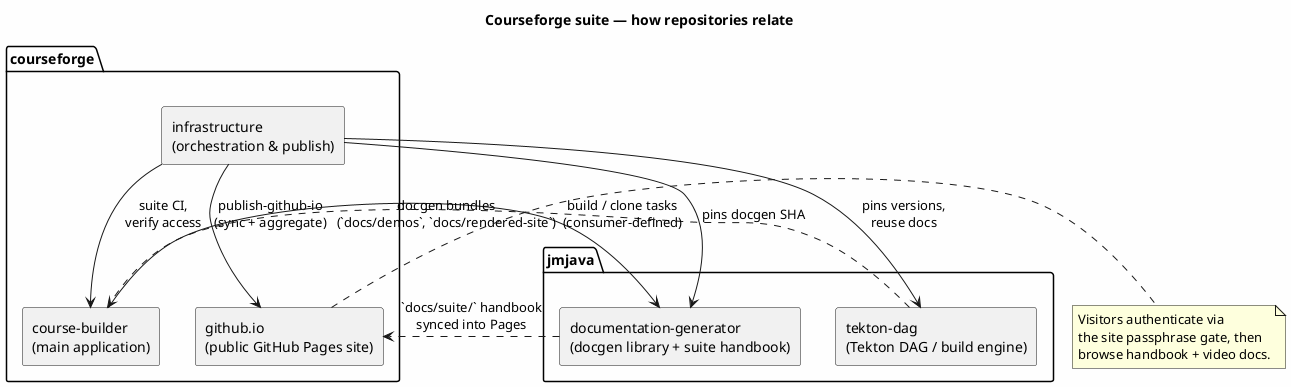
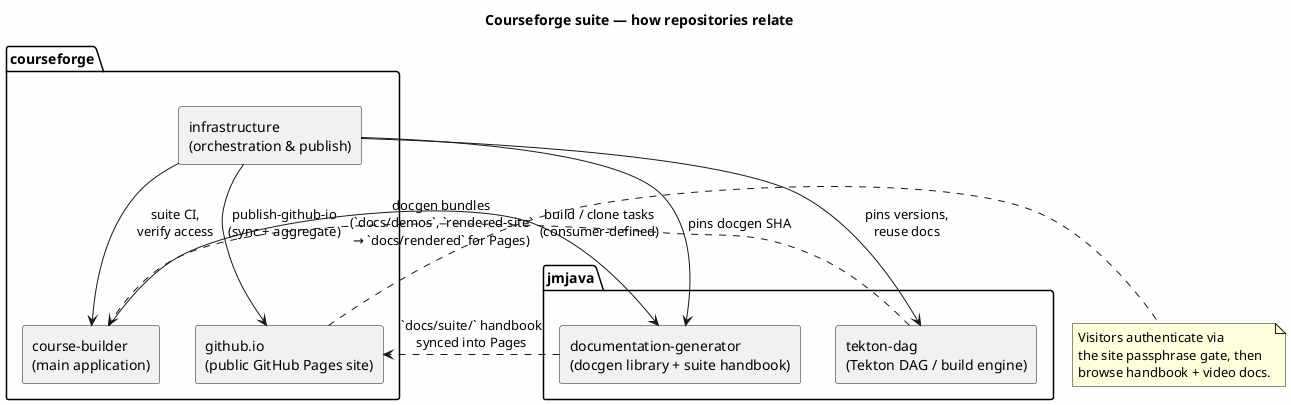
@startuml suite-relationships
skinparam componentStyle rectangle
skinparam backgroundColor #FEFEFE
title Courseforge suite — how repositories relate

package "courseforge" {
  [course-builder\n(main application)] as CB
  [infrastructure\n(orchestration & publish)] as INF
  [github.io\n(public GitHub Pages site)] as PAGES
}

package "jmjava" {
  [documentation-generator\n(docgen library + suite handbook)] as DG
  [tekton-dag\n(Tekton DAG / build engine)] as TD
}

INF -down-> TD : pins versions,\nreuse docs
INF -down-> DG : pins docgen SHA
INF -down-> CB : suite CI,\nverify access
INF -down-> PAGES : publish-github-io\n(sync + aggregate)
- CB -right-> DG : docgen bundles\n(`docs/demos`, `docs/rendered-site`)
+ CB -right-> DG : docgen bundles\n(`docs/demos`, `rendered-site`\n→ `docs/rendered` for Pages)
DG ..> PAGES : `docs/suite/` handbook\nsynced into Pages
TD ..> CB : build / clone tasks\n(consumer-defined)

note right of PAGES
  Visitors authenticate via
  the site passphrase gate, then
  browse handbook + video docs.
end note

@enduml
